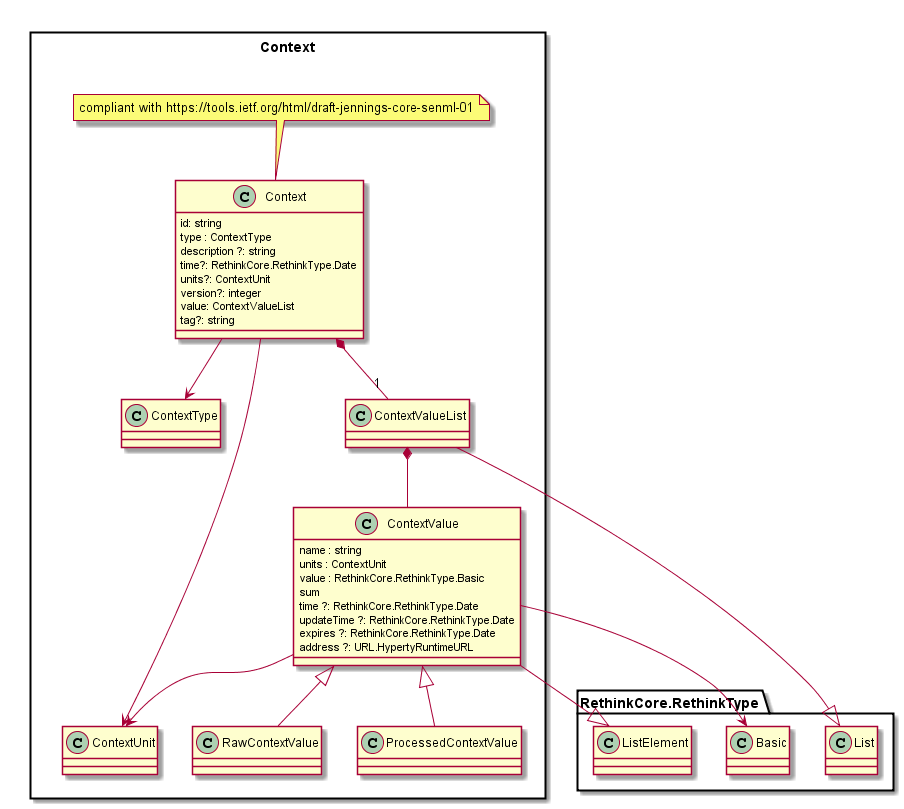
The PlantUML diagram docs/datamodel/data-objects/context/Context.png in reTHINK-project/dev-service-framework, before a commit.
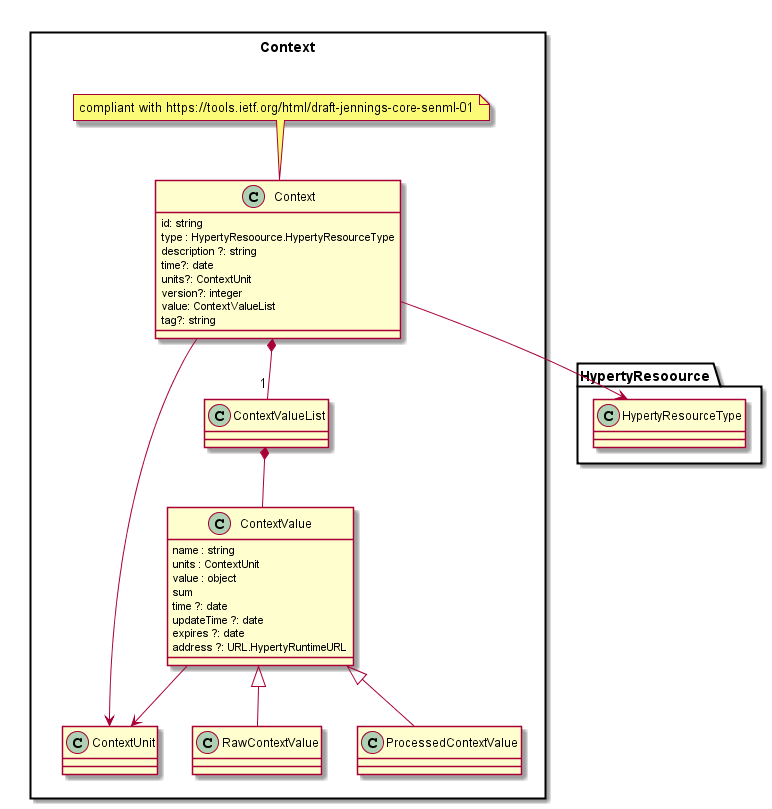
The same file after the commit.

What changed in the source:
```diff
@@ -4,9 +4,9 @@
 
 	class Context {
 		id: string
-		type : ContextType
+		type : HypertyResoource.HypertyResourceType
 		description ?: string
-		time?: RethinkCore.RethinkType.Date
+		time?: date
 		units?: ContextUnit
 		version?: integer
 		value: ContextValueList
@@ -14,9 +14,6 @@
 	}
 	note top : compliant with https://tools.ietf.org/html/draft-jennings-core-senml-01
 
-	class ContextType {
-
-	}
 
 	class ContextUnit {
 
@@ -29,11 +26,11 @@
 	class ContextValue {
 		name : string
 		units : ContextUnit
-		value : RethinkCore.RethinkType.Basic
+		value : object
 		sum
-		time ?: RethinkCore.RethinkType.Date
-		updateTime ?: RethinkCore.RethinkType.Date
-		expires ?: RethinkCore.RethinkType.Date
+		time ?: date
+		updateTime ?: date
+		expires ?: date
 		address ?: URL.HypertyRuntimeURL
 	}
 
@@ -45,15 +42,11 @@
 
 	Context *-- "1" ContextValueList
 
-	Context --> ContextType
+	Context --> HypertyResoource.HypertyResourceType
 	Context --> ContextUnit
 	ContextValue --> ContextUnit
-	ContextValue --> RethinkCore.RethinkType.Basic
 
 	ContextValueList *-- ContextValue
-
-	ContextValue --|> RethinkCore.RethinkType.ListElement
-	ContextValueList --|> RethinkCore.RethinkType.List
 
 	RawContextValue -up-|> ContextValue
 	ProcessedContextValue -up-|> ContextValue
```
